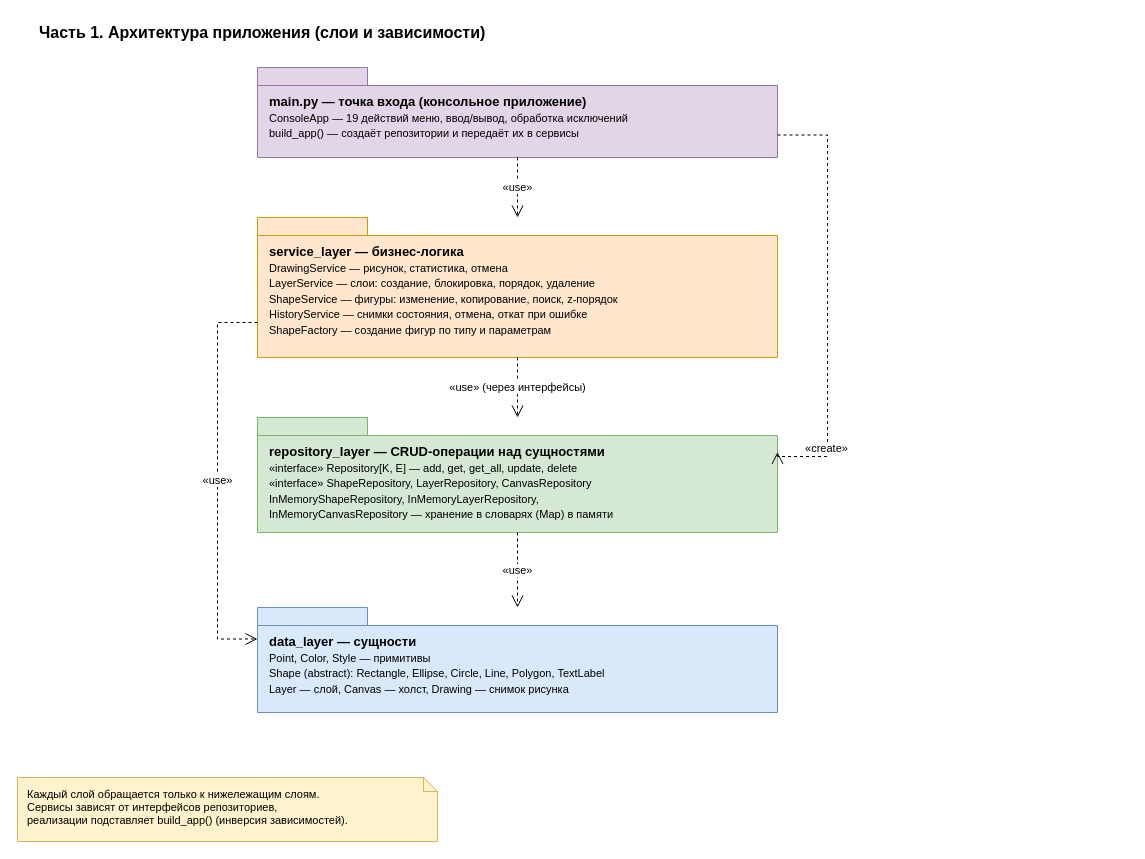
This is page "Часть 1. Архитектура" (1 of 6) of docs/uml/class_diagram.drawio from knockck/Lab1, a draw.io file, before an edit. Source tidied: cells renumbered, new cells numbered last; positions are measured from the earlier drawing's top-left corner, leaving out a move shared by most shapes. Both pictures are drawn from the tidied source at 100%, with x=0, y=0 at pixel (17, 17).
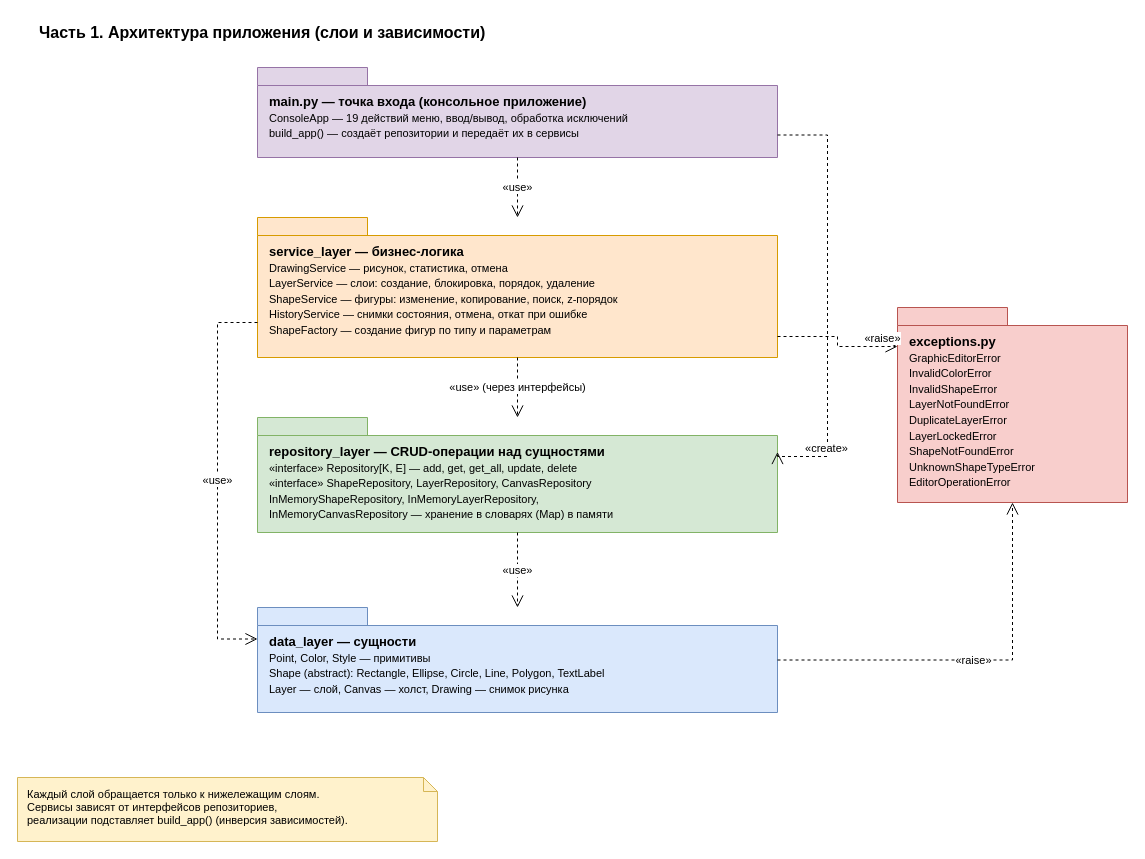
The same page after the edit.

Commit message (it also covers changes not shown here):
Актуализировать UML-диаграмму: исключения

The change refers to these unchanged cells:
```xml
<mxCell id="4" value="&lt;b&gt;service_layer — бизнес-логика&lt;/b&gt;&lt;br&gt;&lt;span style=&quot;font-size:11px&quot;&gt;DrawingService — рисунок, статистика, отмена&lt;br&gt;LayerService — слои: создание, блокировка, порядок, удаление&lt;br&gt;ShapeService — фигуры: изменение, копирование, поиск, z-порядок&lt;br&gt;HistoryService — снимки состояния, отмена, откат при ошибке&lt;br&gt;ShapeFactory — создание фигур по типу и параметрам&lt;/span&gt;" style="shape=folder;fontStyle=0;tabWidth=110;tabHeight=18;tabPosition=left;html=1;whiteSpace=wrap;align=left;verticalAlign=top;spacingLeft=10;spacingTop=20;fillColor=#ffe6cc;strokeColor=#d79b00;fontSize=13;" parent="1" vertex="1">
  <mxGeometry x="240" y="200" width="520" height="140" as="geometry" />
</mxCell>
<mxCell id="6" value="&lt;b&gt;data_layer — сущности&lt;/b&gt;&lt;br&gt;&lt;span style=&quot;font-size:11px&quot;&gt;Point, Color, Style — примитивы&lt;br&gt;Shape (abstract): Rectangle, Ellipse, Circle, Line, Polygon, TextLabel&lt;br&gt;Layer — слой, Canvas — холст, Drawing — снимок рисунка&lt;/span&gt;" style="shape=folder;fontStyle=0;tabWidth=110;tabHeight=18;tabPosition=left;html=1;whiteSpace=wrap;align=left;verticalAlign=top;spacingLeft=10;spacingTop=20;fillColor=#dae8fc;strokeColor=#6c8ebf;fontSize=13;" parent="1" vertex="1">
  <mxGeometry x="240" y="590" width="520" height="105" as="geometry" />
</mxCell>
```

What changed in the source:
```diff
@@
+    <mxCell id="14" value="&lt;b&gt;exceptions.py&lt;/b&gt;&lt;br&gt;&lt;span style=&quot;font-size:11px&quot;&gt;GraphicEditorError&lt;br&gt;InvalidColorError&lt;br&gt;InvalidShapeError&lt;br&gt;LayerNotFoundError&lt;br&gt;DuplicateLayerError&lt;br&gt;LayerLockedError&lt;br&gt;ShapeNotFoundError&lt;br&gt;UnknownShapeTypeError&lt;br&gt;EditorOperationError&lt;/span&gt;" style="shape=folder;fontStyle=0;tabWidth=110;tabHeight=18;tabPosition=left;html=1;whiteSpace=wrap;align=left;verticalAlign=top;spacingLeft=10;spacingTop=20;fillColor=#f8cecc;strokeColor=#b85450;fontSize=13;" parent="1" vertex="1">
+      <mxGeometry x="880" y="290" width="230" height="195" as="geometry" />
+    </mxCell>
+    <mxCell id="15" style="html=1;rounded=0;edgeStyle=orthogonalEdgeStyle;fontSize=11;endArrow=open;endSize=10;dashed=1;exitX=1;exitY=0.85;exitDx=0;exitDy=0;entryX=0;entryY=0.2;entryDx=0;entryDy=0;labelBackgroundColor=#ffffff;" parent="1" edge="1" source="4" target="14">
+      <mxGeometry relative="1" as="geometry" />
+    </mxCell>
+    <mxCell id="16" value="«raise»" style="edgeLabel;html=1;align=center;verticalAlign=middle;fontSize=11;labelBackgroundColor=#ffffff;" parent="15" vertex="1">
+      <mxGeometry x="0.75" relative="1" as="geometry">
+        <mxPoint y="-9" as="offset" />
+      </mxGeometry>
+    </mxCell>
+    <mxCell id="17" value="«raise»" style="html=1;rounded=0;edgeStyle=orthogonalEdgeStyle;fontSize=11;endArrow=open;endSize=10;dashed=1;exitX=1;exitY=0.5;exitDx=0;exitDy=0;entryX=0.5;entryY=1;entryDx=0;entryDy=0;labelBackgroundColor=#ffffff;" parent="1" edge="1" source="6" target="14">
+      <mxGeometry relative="1" as="geometry" />
+    </mxCell>
```
